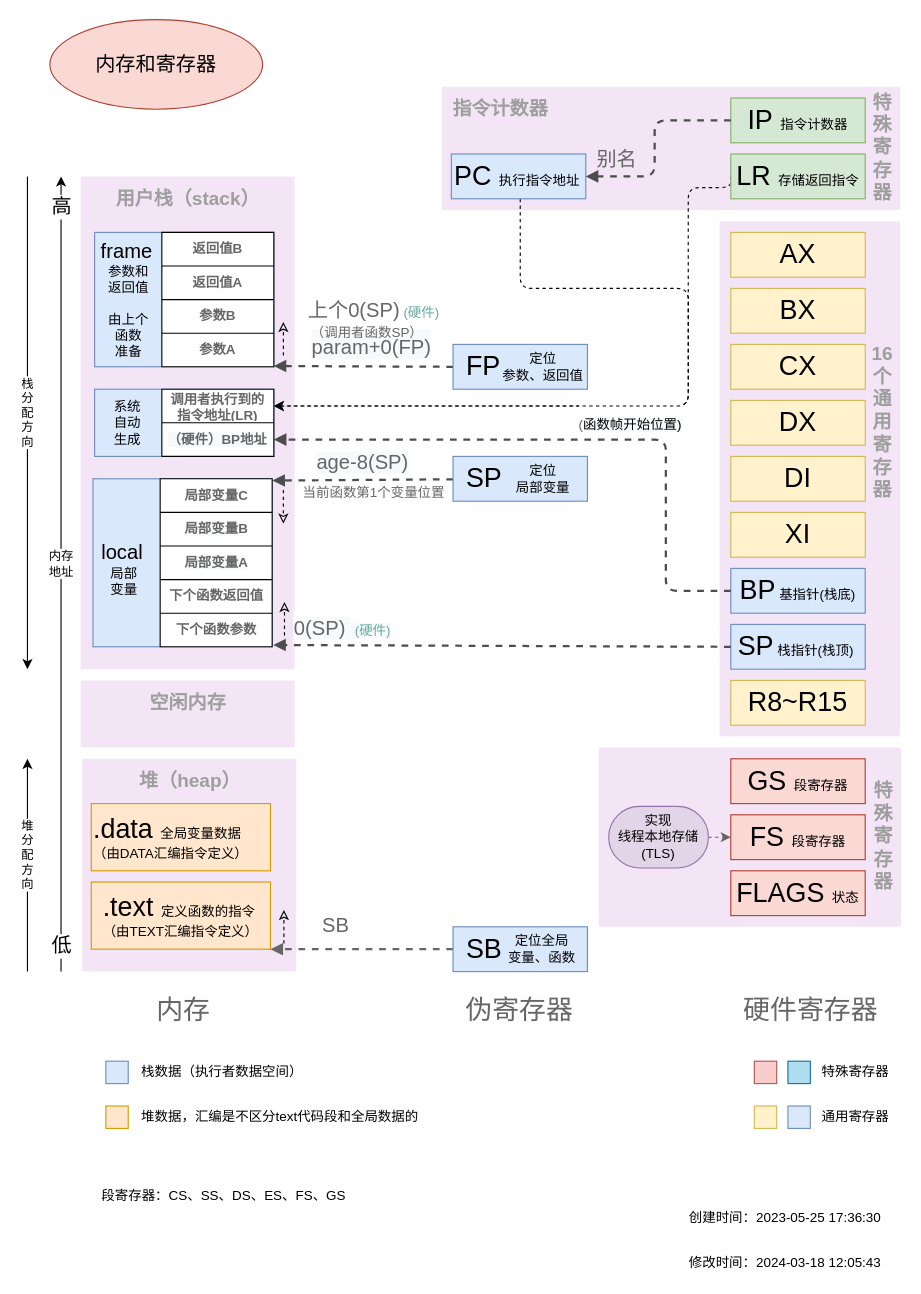
fire1220/annotation-go1.16.14 keeps this draw.io diagram as 运行原理图解源文件/5.Golang内存和寄存器.drawio. Above is the earlier version. Source tidied: cells renumbered, new cells numbered last; positions are measured from the earlier drawing's top-left corner, leaving out a move shared by most shapes. Both pictures are drawn from the tidied source at 112%, with x=0, y=0 at pixel (27, 19).
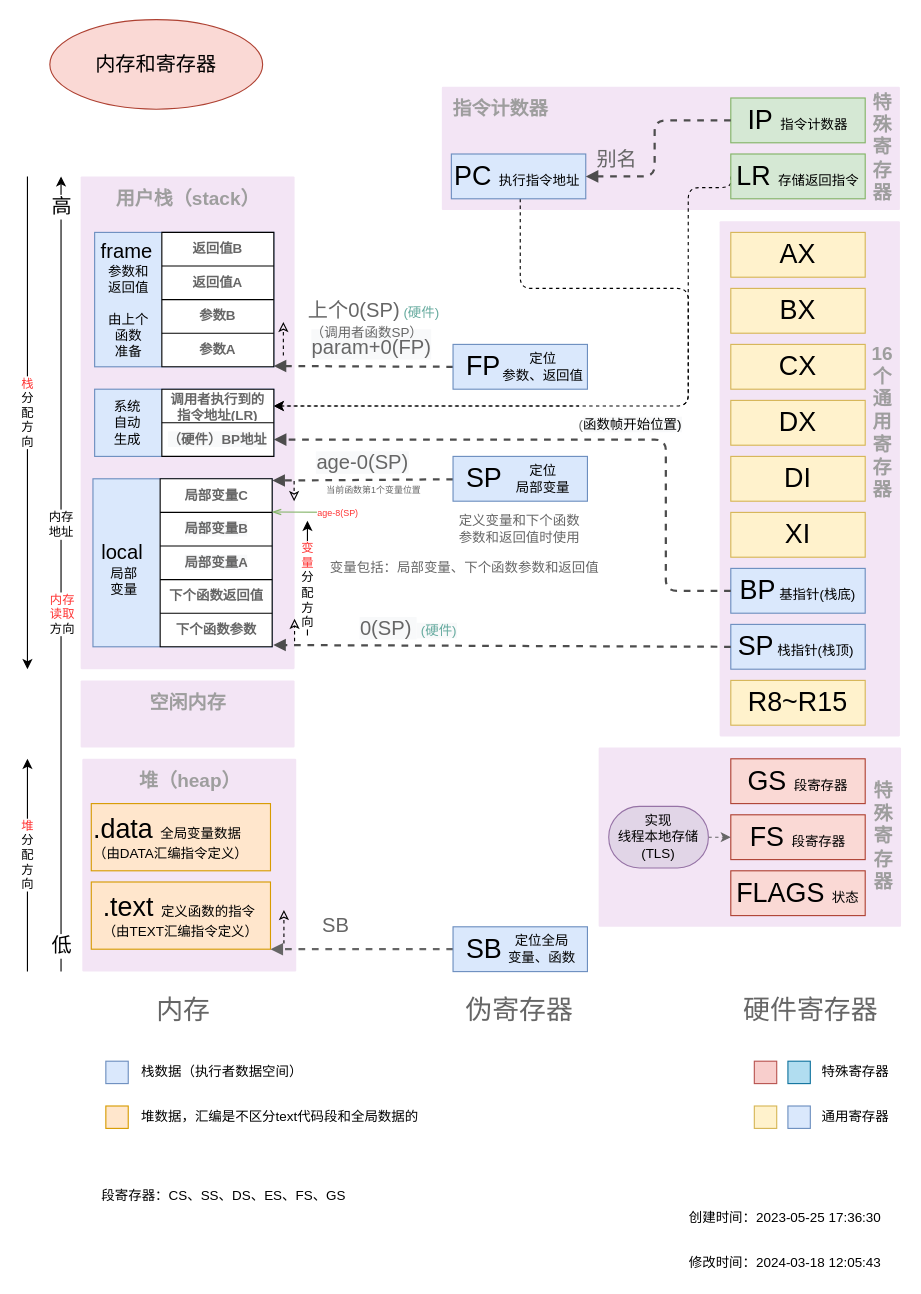
The same page after the edit.

The change refers to these unchanged cells:
```xml
<mxCell id="16" value="SP&lt;font style=&quot;font-size: 12px&quot;&gt;&amp;nbsp;&lt;font style=&quot;font-size: 12px&quot;&gt;栈指针(栈顶)&lt;/font&gt;&lt;/font&gt;&lt;font style=&quot;font-size: 12px&quot;&gt;&amp;nbsp;&lt;/font&gt;" style="whiteSpace=wrap;html=1;fontSize=24;fillColor=#dae8fc;strokeColor=#6c8ebf;" parent="1" vertex="1">
  <mxGeometry x="628" y="540" width="120" height="40" as="geometry" />
</mxCell>
<mxCell id="28" style="endArrow=classic;html=1;" parent="1" edge="1">
  <mxGeometry relative="1" as="geometry">
    <mxPoint x="30" y="850" as="sourcePoint" />
    <mxPoint x="30" y="140" as="targetPoint" />
  </mxGeometry>
</mxCell>
<mxCell id="75" style="shape=partialRectangle;html=1;whiteSpace=wrap;fillColor=none;top=0;left=0;bottom=0;right=0;points=[[0,0.5],[1,0.5]];portConstraint=eastwest;" parent="74" vertex="1">
  <mxGeometry width="100" height="30" as="geometry" />
</mxCell>
<mxCell id="83" style="shape=partialRectangle;html=1;whiteSpace=wrap;fillColor=none;top=0;left=0;bottom=0;right=0;points=[[0,0.5],[1,0.5]];portConstraint=eastwest;" parent="74" vertex="1">
  <mxGeometry y="120" width="100" height="30" as="geometry" />
</mxCell>
<mxCell id="98" style="endArrow=classic;html=1;" parent="1" edge="1">
  <mxGeometry relative="1" as="geometry">
    <mxPoint y="140" as="sourcePoint" />
    <mxPoint y="580" as="targetPoint" />
  </mxGeometry>
</mxCell>
<mxCell id="100" style="endArrow=classic;html=1;" parent="1" edge="1">
  <mxGeometry relative="1" as="geometry">
    <mxPoint y="850" as="sourcePoint" />
    <mxPoint y="660" as="targetPoint" />
  </mxGeometry>
</mxCell>
<mxCell id="109" value="SP" style="whiteSpace=wrap;html=1;fontSize=24;fillColor=#dae8fc;strokeColor=#6c8ebf;align=left;spacingLeft=10;" parent="108" vertex="1">
  <mxGeometry width="120" height="40" as="geometry" />
</mxCell>
```

Diff of the diagram source:
```diff
@@
     <mxCell id="23" value="&lt;span style=&quot;font-size: 18px ; background-color: rgb(248 , 249 , 250)&quot;&gt;0(SP)&amp;nbsp;&lt;/span&gt;&lt;span style=&quot;color: rgb(103 , 171 , 159) ; font-size: 12px ; background-color: rgb(248 , 249 , 250)&quot;&gt;&amp;nbsp;(硬件)&lt;/span&gt;" style="html=1;verticalAlign=bottom;endArrow=block;shadow=0;dashed=1;fontSize=24;fontColor=#666;strokeColor=#4D4D4D;strokeWidth=2;exitX=0;exitY=0.5;exitDx=0;exitDy=0;entryX=1.01;entryY=0.947;entryDx=0;entryDy=0;entryPerimeter=0;" parent="1" edge="1" source="16" target="83">
-      <mxGeometry x="0.7" relative="1" as="geometry" />
+      <mxGeometry x="0.41" relative="1" as="geometry" />
     </mxCell>
-    <mxCell id="24" value="&lt;span style=&quot;font-size: 18px ; background-color: rgb(248 , 249 , 250)&quot;&gt;age-8(SP)&lt;/span&gt;" style="html=1;verticalAlign=bottom;endArrow=block;shadow=0;dashed=1;fontSize=24;fontColor=#666;strokeColor=#4D4D4D;strokeWidth=2;entryX=1.002;entryY=0.053;entryDx=0;entryDy=0;entryPerimeter=0;" parent="1" edge="1" source="109" target="75">
+    <mxCell id="24" value="&lt;span style=&quot;font-size: 18px ; background-color: rgb(248 , 249 , 250)&quot;&gt;age-0(SP)&lt;/span&gt;" style="html=1;verticalAlign=bottom;endArrow=block;shadow=0;dashed=1;fontSize=24;fontColor=#666;strokeColor=#4D4D4D;strokeWidth=2;entryX=1.002;entryY=0.053;entryDx=0;entryDy=0;entryPerimeter=0;" parent="1" edge="1" source="109" target="75">
       <mxGeometry relative="1" as="geometry" />
     </mxCell>
@@
     <mxCell id="29" value="内存&lt;br&gt;地址" style="edgeLabel;html=1;align=center;verticalAlign=middle;rotation=0;" parent="28" vertex="1">
       <mxGeometry relative="1" as="geometry">
-        <mxPoint x="-1" y="-10" as="offset" />
+        <mxPoint x="-1" y="-45" as="offset" />
       </mxGeometry>
     </mxCell>
@@
     <mxCell id="39" style="endArrow=classic;html=1;dashed=1;endFill=0;" parent="1" edge="1">
       <mxGeometry relative="1" as="geometry">
-        <mxPoint x="228.5" y="420" as="sourcePoint" />
-        <mxPoint x="228.5" y="450" as="targetPoint" />
+        <mxPoint x="238.1" y="412" as="sourcePoint" />
+        <mxPoint x="238.1" y="430" as="targetPoint" />
       </mxGeometry>
     </mxCell>
     <mxCell id="40" style="endArrow=classic;html=1;dashed=1;endFill=0;" parent="1" edge="1">
       <mxGeometry relative="1" as="geometry">
-        <mxPoint x="229.5" y="550" as="sourcePoint" />
-        <mxPoint x="229.5" y="520" as="targetPoint" />
+        <mxPoint x="238.5" y="555" as="sourcePoint" />
+        <mxPoint x="238.5" y="535" as="targetPoint" />
       </mxGeometry>
     </mxCell>
@@
-    <mxCell id="61" value="&lt;font color=&quot;#666666&quot;&gt;当前函数第1个变量位置&lt;/font&gt;&lt;font color=&quot;#ff6666&quot;&gt;&lt;br&gt;&lt;/font&gt;" style="text;html=1;align=center;verticalAlign=middle;strokeColor=none;" parent="1" vertex="1">
-      <mxGeometry x="238.5" y="413" width="140" height="20" as="geometry" />
+    <mxCell id="61" value="&lt;div style=&quot;font-size: 8px&quot;&gt;&lt;span style=&quot;font-size: 8px ; color: rgb(102 , 102 , 102)&quot;&gt;当前函数&lt;/span&gt;&lt;span style=&quot;color: rgb(102 , 102 , 102)&quot;&gt;第1个变量位置&lt;/span&gt;&lt;/div&gt;" style="text;html=1;align=center;verticalAlign=middle;strokeColor=none;fontSize=8;" parent="1" vertex="1">
+      <mxGeometry x="258.5" y="410" width="100" height="20" as="geometry" />
     </mxCell>
@@
-    <mxCell id="99" value="栈&lt;br&gt;分&lt;br&gt;配&lt;br&gt;方&lt;br&gt;向" style="edgeLabel;html=1;align=center;verticalAlign=middle;rotation=0;" parent="98" vertex="1">
+    <mxCell id="99" value="&lt;font color=&quot;#ff3333&quot;&gt;栈&lt;/font&gt;&lt;br&gt;分&lt;br&gt;配&lt;br&gt;方&lt;br&gt;向" style="edgeLabel;html=1;align=center;verticalAlign=middle;rotation=0;" parent="98" vertex="1">
       <mxGeometry relative="1" as="geometry">
         <mxPoint x="-1" y="-10" as="offset" />
       </mxGeometry>
     </mxCell>
@@
-    <mxCell id="101" value="堆&lt;br&gt;分&lt;br&gt;配&lt;br&gt;方&lt;br&gt;向" style="edgeLabel;html=1;align=center;verticalAlign=middle;rotation=0;" parent="100" vertex="1">
+    <mxCell id="101" value="&lt;font color=&quot;#ff3333&quot;&gt;堆&lt;br&gt;&lt;/font&gt;分&lt;br&gt;配&lt;br&gt;方&lt;br&gt;向" style="edgeLabel;html=1;align=center;verticalAlign=middle;rotation=0;" parent="100" vertex="1">
       <mxGeometry relative="1" as="geometry">
         <mxPoint x="-1" y="-10" as="offset" />
       </mxGeometry>
     </mxCell>
@@
+    <mxCell id="114" value="&lt;span style=&quot;color: rgb(102 , 102 , 102)&quot;&gt;定义变量和下个函数&lt;br&gt;参数和返回值时使用&lt;/span&gt;" style="text;html=1;align=center;verticalAlign=middle;strokeColor=none;" parent="1" vertex="1">
+      <mxGeometry x="378.5" y="440" width="120" height="30" as="geometry" />
+    </mxCell>
+    <mxCell id="115" style="endArrow=classic;html=1;" parent="1" edge="1">
+      <mxGeometry relative="1" as="geometry">
+        <mxPoint x="250" y="550" as="sourcePoint" />
+        <mxPoint x="250" y="447.5" as="targetPoint" />
+      </mxGeometry>
+    </mxCell>
+    <mxCell id="116" value="&lt;font color=&quot;#ff3333&quot;&gt;变&lt;br&gt;量&lt;br&gt;&lt;/font&gt;分&lt;br&gt;配&lt;br&gt;方&lt;br&gt;向" style="edgeLabel;html=1;align=center;verticalAlign=middle;rotation=0;" parent="115" vertex="1">
+      <mxGeometry relative="1" as="geometry">
+        <mxPoint x="-1" y="5" as="offset" />
+      </mxGeometry>
+    </mxCell>
+    <mxCell id="117" value="&lt;span style=&quot;color: rgb(102 , 102 , 102)&quot;&gt;变量包括：局部变量、下个函数参数和返回值&lt;/span&gt;" style="text;html=1;align=center;verticalAlign=middle;strokeColor=none;" parent="1" vertex="1">
+      <mxGeometry x="259.5" y="480" width="260" height="20" as="geometry" />
+    </mxCell>
+    <mxCell id="118" value="&lt;font color=&quot;#ff3333&quot;&gt;内存&lt;br&gt;读取&lt;/font&gt;&lt;br&gt;方向" style="edgeLabel;html=1;align=center;verticalAlign=middle;rotation=0;" parent="1" vertex="1">
+      <mxGeometry x="30" y="530" as="geometry" />
+    </mxCell>
+    <mxCell id="119" style="endArrow=none;html=1;endFill=0;startArrow=openThin;startFill=0;fillColor=#d5e8d4;strokeColor=#82b366;" parent="1" edge="1">
+      <mxGeometry relative="1" as="geometry">
+        <mxPoint x="218.5" y="439.6" as="sourcePoint" />
+        <mxPoint x="290" y="440" as="targetPoint" />
+      </mxGeometry>
+    </mxCell>
+    <mxCell id="120" value="&lt;font color=&quot;#ff3333&quot; style=&quot;font-size: 8px&quot;&gt;age-8(SP)&lt;/font&gt;" style="edgeLabel;html=1;align=center;verticalAlign=middle;rotation=0;" parent="119" vertex="1">
+      <mxGeometry relative="1" as="geometry">
+        <mxPoint x="22" as="offset" />
+      </mxGeometry>
+    </mxCell>
```
